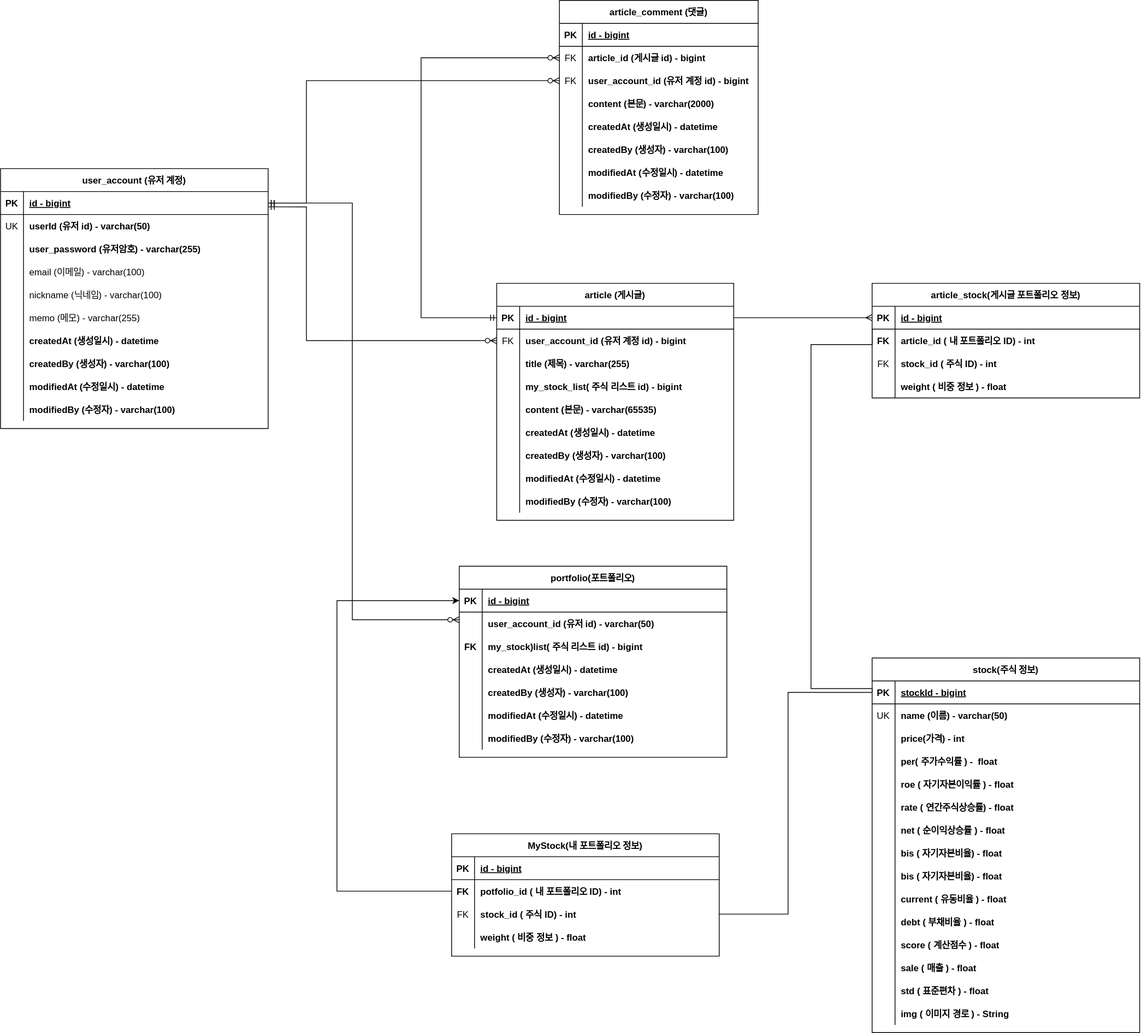
Earlier version of the draw.io export document/jupoza-erd.svg (TeamJupoza/Jupoza). Source tidied: cells renumbered, new cells last; positions are measured from the earlier drawing's top-left corner, leaving out a move shared by most shapes.
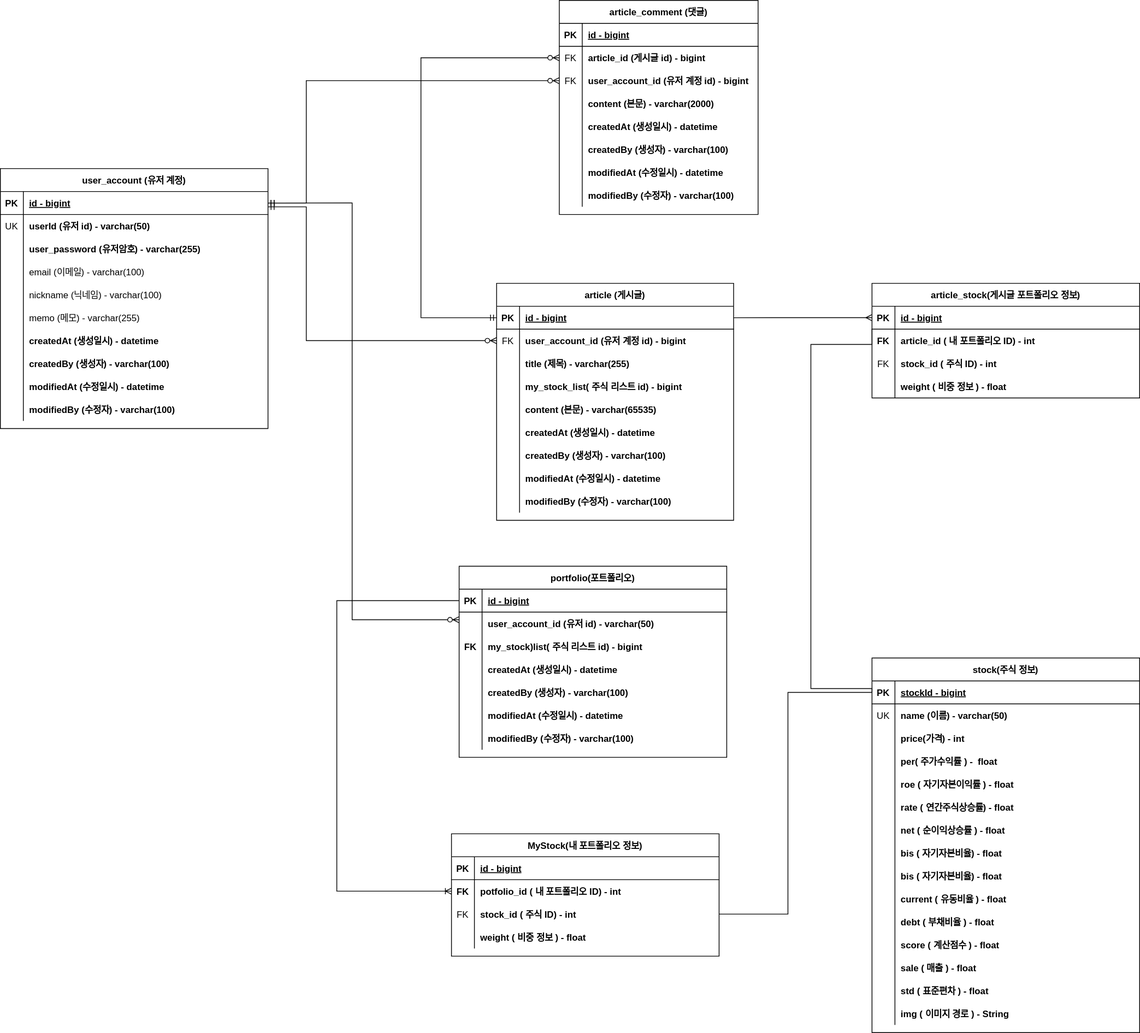
The same file after the commit.

The edit, as a diff of the source:
```diff
@@ -532,7 +532,7 @@
     <mxCell id="170" value="weight ( 비중 정보 ) - float" style="shape=partialRectangle;fillColor=none;top=0;left=0;bottom=0;right=0;align=left;spacingLeft=6;overflow=hidden;fontStyle=1;" parent="168" vertex="1">
       <mxGeometry x="30" width="320" height="30" as="geometry" />
     </mxCell>
-    <mxCell id="171" style="endArrow=classic;startArrow=none;html=1;rounded=0;strokeColor=default;exitX=0;exitY=0.5;exitDx=0;exitDy=0;entryX=0;entryY=0.5;entryDx=0;entryDy=0;startFill=0;" parent="1" edge="1" source="162" target="89">
+    <mxCell id="171" style="endArrow=none;startArrow=ERoneToMany;html=1;rounded=0;strokeColor=default;exitX=0;exitY=0.5;exitDx=0;exitDy=0;entryX=0;entryY=0.5;entryDx=0;entryDy=0;startFill=0;endFill=0;" parent="1" edge="1" source="162" target="89">
       <mxGeometry relative="1" as="geometry">
         <Array as="points">
           <mxPoint x="440" y="1165" />
```
